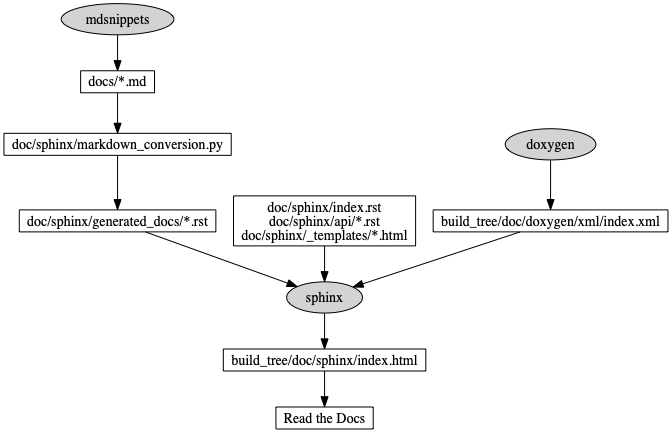
Earlier version of the Graphviz export doc/images/sphinx_flow.png (approvals/ApprovalTests.cpp). Its source is kept beside it as doc/images/source/sphinx_flow.dot.
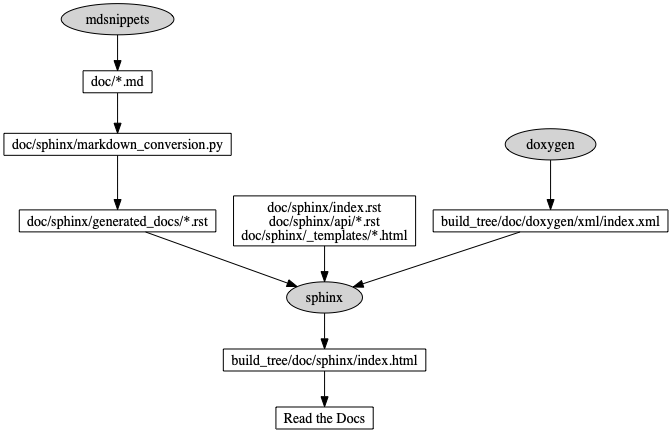
Later version of the same file.

Change to the diagram source:
```diff
@@ -10,7 +10,7 @@
     "source_rst" [label = "doc/sphinx/index.rst\ndoc/sphinx/api/*.rst\ndoc/sphinx/_templates/*.html"]
     "source_rst" -> "sphinx"
 
-    "docs_md" [label = "docs/*.md"]
+    "docs_md" [label = "doc/*.md"]
     "mdsnippets" -> "docs_md"
     "markdown_conversion_py" [label = "doc/sphinx/markdown_conversion.py"]
     "generated_rst" [label = "doc/sphinx/generated_docs/*.rst"]
```
